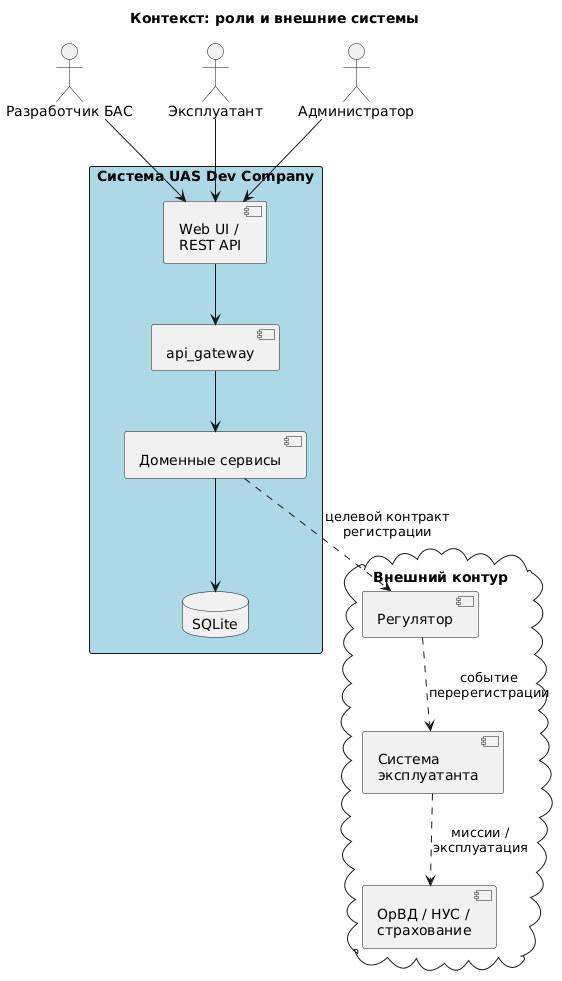
This is systems/uas_dev_company/docs/diagrams/readme_context.png from sergeysobolev-spbu/sbd-drones-economics, a PlantUML export, as it was before one commit.
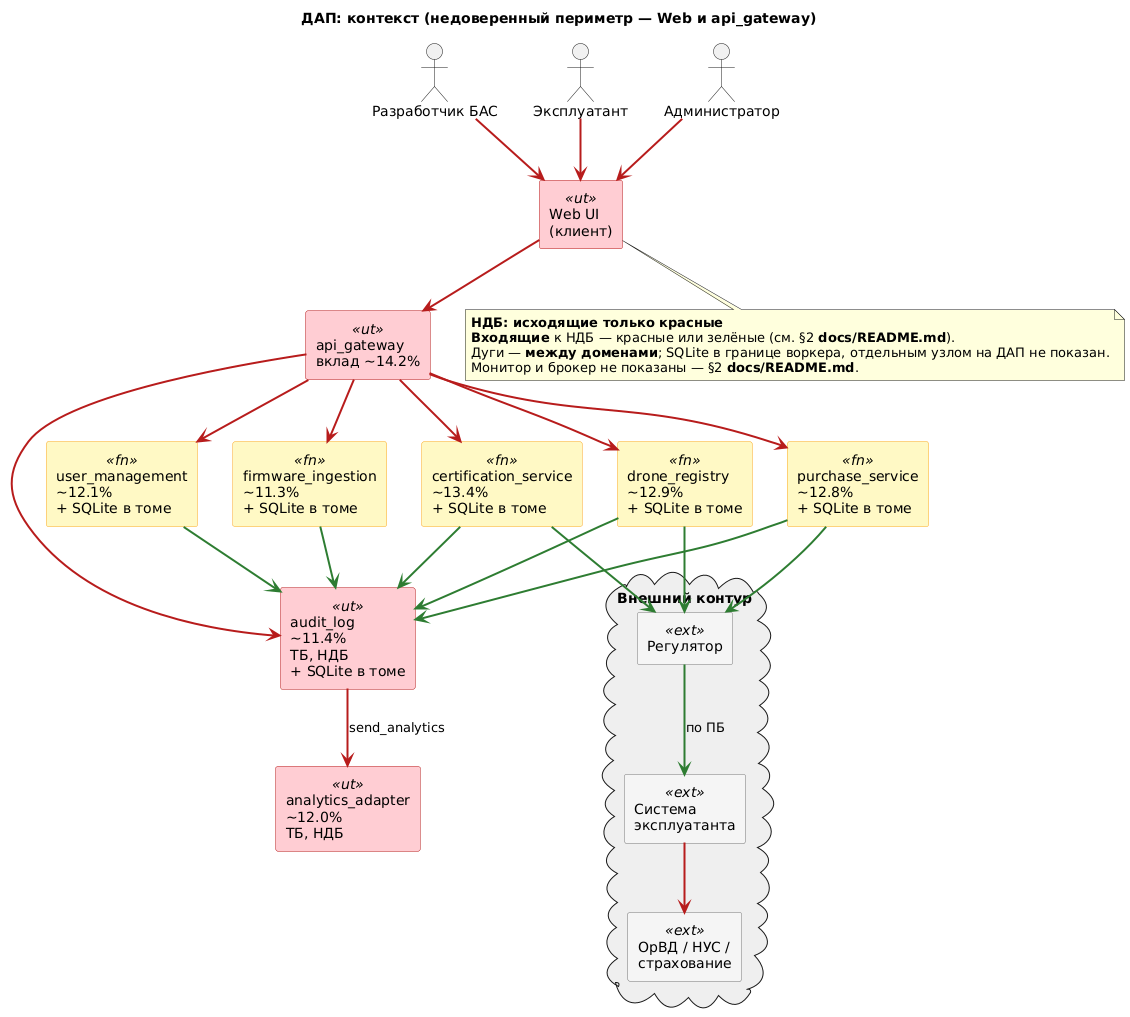
The same file after the commit.

Diff of the diagram source:
```diff
@@ -1,35 +1,74 @@
 @startuml readme_context
-title Контекст: роли и внешние системы
+title ДАП: контекст (недоверенный периметр — Web и api_gateway)
 
 skinparam defaultFontName "SansSerif"
-skinparam packageStyle rectangle
+skinparam ArrowThickness 2
+
+skinparam rectangle<<ut>> {
+  BackgroundColor #FFCDD2
+  BorderColor #B71C1C
+}
+skinparam rectangle<<fn>> {
+  BackgroundColor #FFF9C4
+  BorderColor #F9A825
+}
+skinparam rectangle<<ext>> {
+  BackgroundColor #F5F5F5
+  BorderColor #757575
+}
 
 actor "Разработчик БАС" as Dev
 actor "Эксплуатант" as Op
 actor "Администратор" as Adm
 
-package "Система UAS Dev Company" #LightBlue {
-  [Web UI /\nREST API] as UI
-  [api_gateway] as GW
-  [Доменные сервисы] as Dom
-  database "SQLite" as DB
+rectangle "Web UI\n(клиент)" <<ut>> as UI
+rectangle "api_gateway\nвклад ~14.2%" <<ut>> as GW
+
+rectangle "user_management\n~12.1%\n+ SQLite в томе" <<fn>> as UM
+rectangle "firmware_ingestion\n~11.3%\n+ SQLite в томе" <<fn>> as FW
+rectangle "certification_service\n~13.4%\n+ SQLite в томе" <<fn>> as CS
+rectangle "drone_registry\n~12.9%\n+ SQLite в томе" <<fn>> as DR
+rectangle "purchase_service\n~12.8%\n+ SQLite в томе" <<fn>> as PS
+rectangle "audit_log\n~11.4%\nТБ, НДБ\n+ SQLite в томе" <<ut>> as AL
+rectangle "analytics_adapter\n~12.0%\nТБ, НДБ" <<ut>> as AA
+
+cloud "Внешний контур" #EEEEEE {
+  rectangle "Регулятор" <<ext>> as Reg
+  rectangle "Система\nэксплуатанта" <<ext>> as ExtOp
+  rectangle "ОрВД / НУС /\nстрахование" <<ext>> as Orvd
 }
 
-cloud "Внешний контур" #White {
-  [Регулятор] as Reg
-  [Система\nэксплуатанта] as ExtOp
-  [ОрВД / НУС /\nстрахование] as Orvd
-}
+Dev -[#B71C1C]-> UI
+Op -[#B71C1C]-> UI
+Adm -[#B71C1C]-> UI
+UI -[#B71C1C]-> GW
 
-Dev --> UI
-Op --> UI
-Adm --> UI
-UI --> GW
-GW --> Dom
-Dom --> DB
+GW -[#B71C1C]-> UM
+GW -[#B71C1C]-> FW
+GW -[#B71C1C]-> CS
+GW -[#B71C1C]-> DR
+GW -[#B71C1C]-> PS
+GW -[#B71C1C]-> AL
 
-Dom ..> Reg : целевой контракт\nрегистрации
-Reg ..> ExtOp : событие\nперерегистрации
-ExtOp ..> Orvd : миссии /\nэксплуатация
+UM -[#2E7D32]-> AL
+FW -[#2E7D32]-> AL
+CS -[#2E7D32]-> AL
+DR -[#2E7D32]-> AL
+PS -[#2E7D32]-> AL
+
+AL -[#B71C1C]-> AA : send_analytics
+
+CS -[#2E7D32]-> Reg
+DR -[#2E7D32]-> Reg
+PS -[#2E7D32]-> Reg
+Reg -[#2E7D32]-> ExtOp : по ПБ
+ExtOp -[#B71C1C]-> Orvd
+
+note bottom of UI
+  **НДБ:** **исходящие только красные**
+  **Входящие** к НДБ — красные или зелёные (см. §2 **docs/README.md**).
+  Дуги — **между доменами**; SQLite в границе воркера, отдельным узлом на ДАП не показан.
+  Монитор и брокер не показаны — §2 **docs/README.md**.
+end note
 
 @enduml
```
